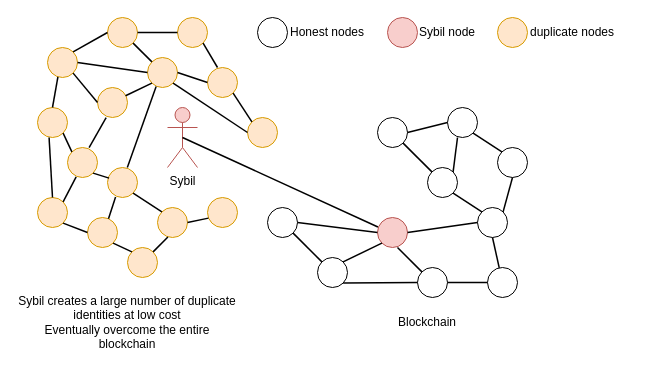
The draw.io diagram ethereum-research/pos-beaconchain/Sybil attack.drawio in 0xyicheng/a-research-diagram, before the edit. Source tidied: cells renumbered, new cells numbered last; positions are measured from the earlier drawing's top-left corner, leaving out a move shared by most shapes. Both pictures are drawn from the tidied source at 100%, with x=0, y=0 at pixel (17, 17).
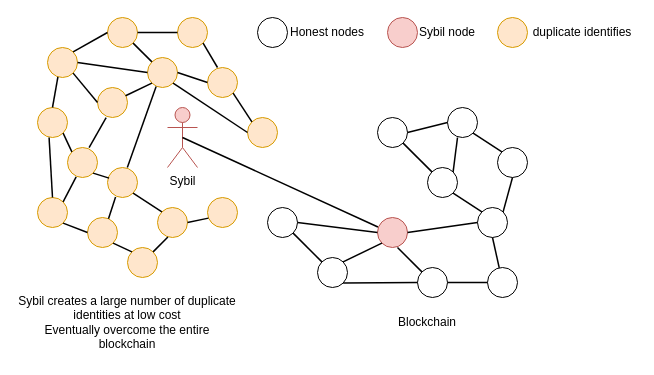
Above is the later version.

Change to the diagram source:
```diff
@@
-    <mxCell id="49" value="duplicate nodes" style="text;html=1;strokeColor=none;fillColor=none;align=center;verticalAlign=middle;whiteSpace=wrap;rounded=0;" parent="1" vertex="1">
-      <mxGeometry x="500" width="110" height="30" as="geometry" />
+    <mxCell id="49" value="duplicate identifies" style="text;html=1;strokeColor=none;fillColor=none;align=center;verticalAlign=middle;whiteSpace=wrap;rounded=0;" parent="1" vertex="1">
+      <mxGeometry x="510" width="110" height="30" as="geometry" />
     </mxCell>
```
